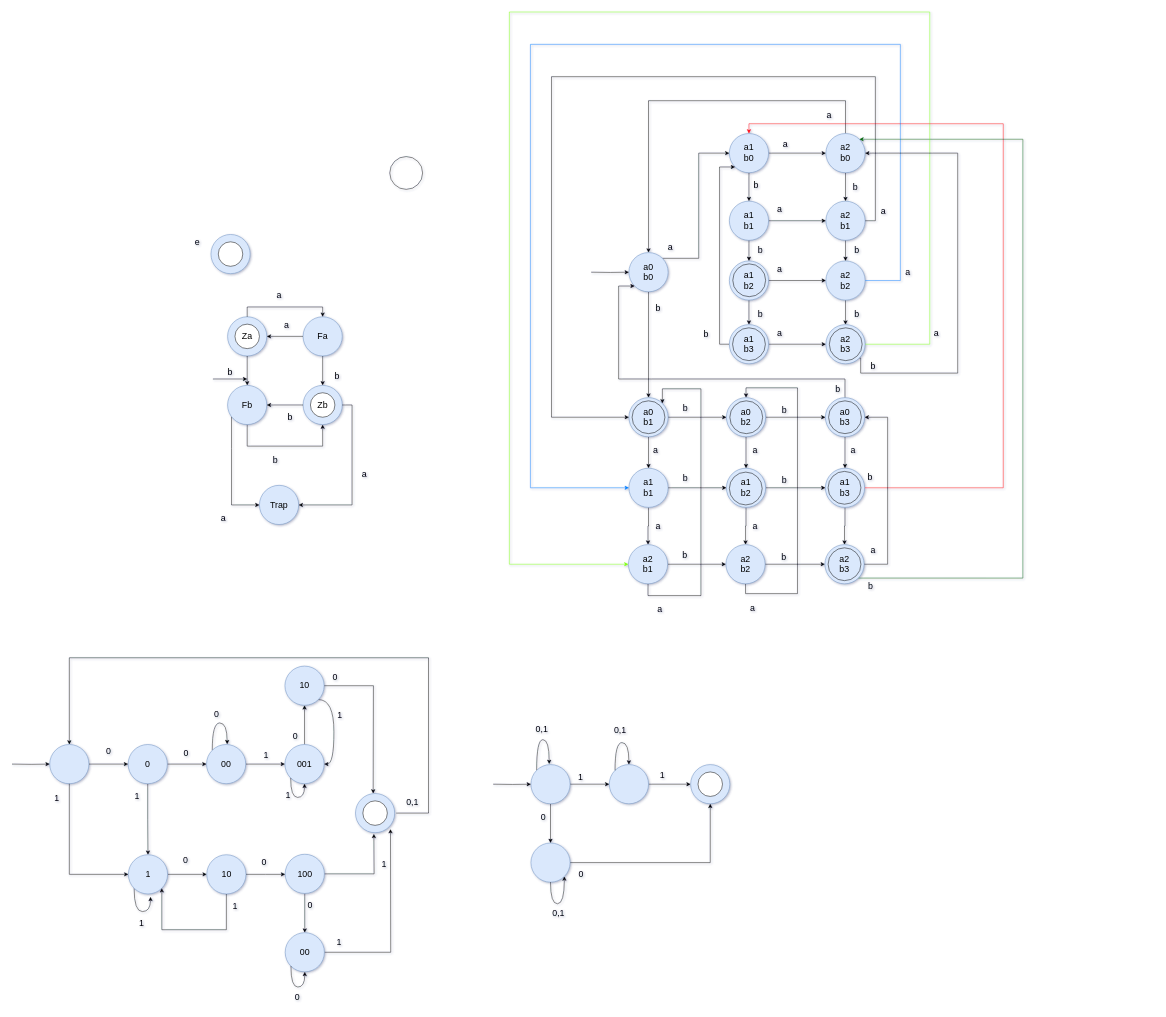
Before: HW2/HW2-P.drawio in mohsenkamini/SBU_FLA, a draw.io diagram. Source tidied: cells renumbered, new cells numbered last; positions are measured from the earlier drawing's top-left corner, leaving out a move shared by most shapes. Both pictures are drawn from the tidied source at 49%, with x=0, y=0 at pixel (12, 12).
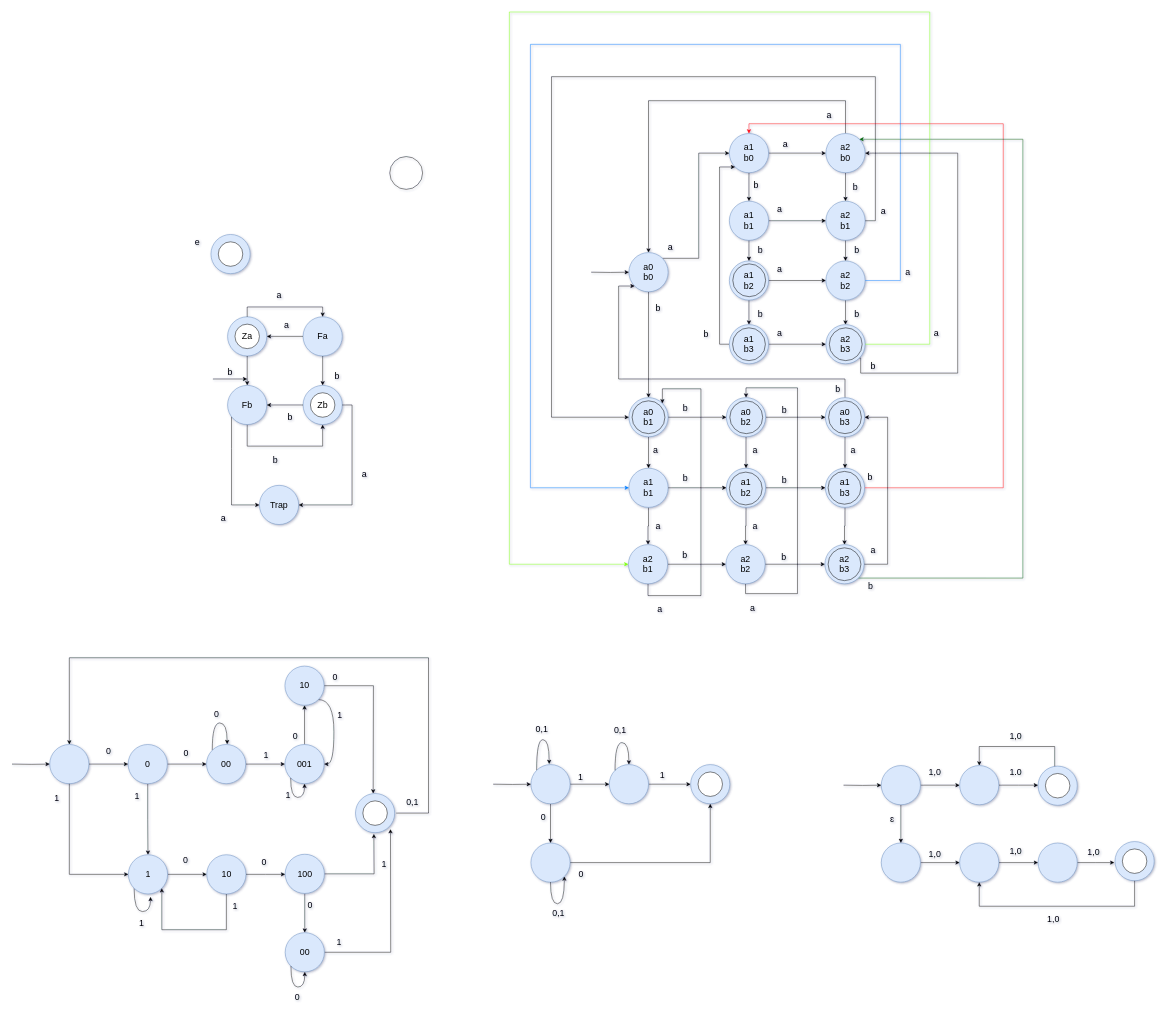
The same diagram, later.

Change to the diagram source:
```diff
@@
+    <mxCell id="204" style="edgeStyle=orthogonalEdgeStyle;rounded=0;jettySize=auto;html=1;fontFamily=Helvetica;fontSize=18;fontColor=default;" parent="1" edge="1" source="206" target="209">
+      <mxGeometry relative="1" as="geometry" />
+    </mxCell>
+    <mxCell id="205" style="edgeStyle=orthogonalEdgeStyle;rounded=0;jettySize=auto;html=1;entryX=0.5;entryY=0;entryDx=0;entryDy=0;fontFamily=Helvetica;fontSize=18;fontColor=default;" parent="1" edge="1" source="206" target="225">
+      <mxGeometry relative="1" as="geometry" />
+    </mxCell>
+    <mxCell id="206" value="&lt;div&gt;&lt;br&gt;&lt;/div&gt;" style="ellipse;whiteSpace=wrap;html=1;hachureGap=4;fillColor=#dae8fc;strokeColor=#6c8ebf;rounded=0;fontSize=18;" parent="1" vertex="1">
+      <mxGeometry x="1774" y="1537.9" width="80" height="80" as="geometry" />
+    </mxCell>
+    <mxCell id="207" style="edgeStyle=orthogonalEdgeStyle;rounded=0;jettySize=auto;html=1;fontSize=18;entryX=0;entryY=0.5;entryDx=0;entryDy=0;" parent="1" edge="1" target="206">
+      <mxGeometry relative="1" as="geometry">
+        <mxPoint x="1697" y="1577.9" as="sourcePoint" />
+      </mxGeometry>
+    </mxCell>
+    <mxCell id="208" style="edgeStyle=orthogonalEdgeStyle;rounded=0;jettySize=auto;html=1;fontFamily=Helvetica;fontSize=18;fontColor=default;" parent="1" edge="1" source="209">
+      <mxGeometry relative="1" as="geometry">
+        <mxPoint x="2094" y="1577.9" as="targetPoint" />
+      </mxGeometry>
+    </mxCell>
+    <mxCell id="209" style="ellipse;whiteSpace=wrap;html=1;fontSize=18;fillColor=#dae8fc;strokeColor=#6c8ebf;hachureGap=4;rounded=0;" parent="1" vertex="1">
+      <mxGeometry x="1934" y="1537.9" width="80" height="80" as="geometry" />
+    </mxCell>
+    <mxCell id="210" style="group;" parent="1" vertex="1">
+      <mxGeometry x="2094" y="1539" width="80" height="80" as="geometry" />
+    </mxCell>
+    <mxCell id="211" style="ellipse;whiteSpace=wrap;html=1;hachureGap=4;fillColor=#dae8fc;strokeColor=#6c8ebf;rounded=0;fontSize=18;" parent="210" vertex="1">
+      <mxGeometry width="80" height="80" as="geometry" />
+    </mxCell>
+    <mxCell id="212" style="ellipse;whiteSpace=wrap;html=1;hachureGap=4;rounded=0;fontSize=18;" parent="210" vertex="1">
+      <mxGeometry x="15" y="15" width="50" height="50" as="geometry" />
+    </mxCell>
+    <mxCell id="213" value="1,0" style="text;html=1;align=center;verticalAlign=middle;strokeColor=none;fillColor=none;fontFamily=Helvetica;fontSize=18;fontColor=default;" parent="1" vertex="1">
+      <mxGeometry x="1861" y="1535" width="43" height="34" as="geometry" />
+    </mxCell>
+    <mxCell id="214" value="1.0" style="text;html=1;align=center;verticalAlign=middle;strokeColor=none;fillColor=none;fontFamily=Helvetica;fontSize=18;fontColor=default;" parent="1" vertex="1">
+      <mxGeometry x="2026" y="1534" width="43" height="34" as="geometry" />
+    </mxCell>
+    <mxCell id="215" style="group;" parent="1" vertex="1">
+      <mxGeometry x="2251" y="1693" width="80" height="80" as="geometry" />
+    </mxCell>
+    <mxCell id="216" style="ellipse;whiteSpace=wrap;html=1;hachureGap=4;fillColor=#dae8fc;strokeColor=#6c8ebf;rounded=0;fontSize=18;" parent="215" vertex="1">
+      <mxGeometry width="80" height="80" as="geometry" />
+    </mxCell>
+    <mxCell id="217" style="ellipse;whiteSpace=wrap;html=1;hachureGap=4;rounded=0;fontSize=18;" parent="215" vertex="1">
+      <mxGeometry x="15" y="15" width="50" height="50" as="geometry" />
+    </mxCell>
+    <mxCell id="218" style="edgeStyle=orthogonalEdgeStyle;rounded=0;jettySize=auto;html=1;fontFamily=Helvetica;fontSize=18;fontColor=default;" parent="1" edge="1" source="219" target="221">
+      <mxGeometry relative="1" as="geometry" />
+    </mxCell>
+    <mxCell id="219" style="ellipse;whiteSpace=wrap;html=1;fontSize=18;fillColor=#dae8fc;strokeColor=#6c8ebf;hachureGap=4;rounded=0;" parent="1" vertex="1">
+      <mxGeometry x="1934" y="1695.9" width="80" height="80" as="geometry" />
+    </mxCell>
+    <mxCell id="220" style="edgeStyle=orthogonalEdgeStyle;rounded=0;jettySize=auto;html=1;fontFamily=Helvetica;fontSize=18;fontColor=default;" parent="1" edge="1" source="221">
+      <mxGeometry relative="1" as="geometry">
+        <mxPoint x="2249.7" y="1735.9" as="targetPoint" />
+      </mxGeometry>
+    </mxCell>
+    <mxCell id="221" style="ellipse;whiteSpace=wrap;html=1;fontSize=18;fillColor=#dae8fc;strokeColor=#6c8ebf;hachureGap=4;rounded=0;" parent="1" vertex="1">
+      <mxGeometry x="2094" y="1695.9" width="80" height="80" as="geometry" />
+    </mxCell>
+    <mxCell id="222" value="1,0" style="text;html=1;align=center;verticalAlign=middle;strokeColor=none;fillColor=none;fontFamily=Helvetica;fontSize=18;fontColor=default;" parent="1" vertex="1">
+      <mxGeometry x="2026" y="1695.9" width="43" height="34" as="geometry" />
+    </mxCell>
+    <mxCell id="223" value="1,0" style="text;html=1;align=center;verticalAlign=middle;strokeColor=none;fillColor=none;fontFamily=Helvetica;fontSize=18;fontColor=default;" parent="1" vertex="1">
+      <mxGeometry x="2185" y="1698" width="43" height="34" as="geometry" />
+    </mxCell>
+    <mxCell id="224" style="edgeStyle=orthogonalEdgeStyle;rounded=0;jettySize=auto;html=1;entryX=0;entryY=0.5;entryDx=0;entryDy=0;fontFamily=Helvetica;fontSize=18;fontColor=default;" parent="1" edge="1" source="225" target="219">
+      <mxGeometry relative="1" as="geometry" />
+    </mxCell>
+    <mxCell id="225" value="&lt;div&gt;&lt;br&gt;&lt;/div&gt;" style="ellipse;whiteSpace=wrap;html=1;hachureGap=4;fillColor=#dae8fc;strokeColor=#6c8ebf;rounded=0;fontSize=18;" parent="1" vertex="1">
+      <mxGeometry x="1774" y="1695.9" width="80" height="80" as="geometry" />
+    </mxCell>
+    <mxCell id="226" value="1,0" style="text;html=1;align=center;verticalAlign=middle;strokeColor=none;fillColor=none;fontFamily=Helvetica;fontSize=18;fontColor=default;" parent="1" vertex="1">
+      <mxGeometry x="1861" y="1702" width="43" height="34" as="geometry" />
+    </mxCell>
+    <mxCell id="227" style="edgeStyle=orthogonalEdgeStyle;rounded=0;jettySize=auto;html=1;entryX=0.5;entryY=0;entryDx=0;entryDy=0;fontFamily=Helvetica;fontSize=18;fontColor=default;" parent="1" edge="1" source="211" target="209">
+      <mxGeometry relative="1" as="geometry">
+        <Array as="points">
+          <mxPoint x="2128" y="1499" />
+          <mxPoint x="1974" y="1499" />
+        </Array>
+      </mxGeometry>
+    </mxCell>
+    <mxCell id="228" value="1,0" style="text;html=1;align=center;verticalAlign=middle;strokeColor=none;fillColor=none;fontFamily=Helvetica;fontSize=18;fontColor=default;" parent="1" vertex="1">
+      <mxGeometry x="2026" y="1461.9" width="43" height="34" as="geometry" />
+    </mxCell>
+    <mxCell id="229" style="edgeStyle=orthogonalEdgeStyle;rounded=0;jettySize=auto;html=1;exitX=0.5;exitY=1;exitDx=0;exitDy=0;entryX=0.5;entryY=1;entryDx=0;entryDy=0;fontFamily=Helvetica;fontSize=18;fontColor=default;" parent="1" edge="1" source="216" target="219">
+      <mxGeometry relative="1" as="geometry">
+        <Array as="points">
+          <mxPoint x="2291" y="1825" />
+          <mxPoint x="1974" y="1825" />
+        </Array>
+      </mxGeometry>
+    </mxCell>
+    <mxCell id="230" value="1,0" style="text;html=1;align=center;verticalAlign=middle;strokeColor=none;fillColor=none;fontFamily=Helvetica;fontSize=18;fontColor=default;" parent="1" vertex="1">
+      <mxGeometry x="2103" y="1834" width="43" height="34" as="geometry" />
+    </mxCell>
+    <mxCell id="231" value="ɛ" style="text;html=1;align=center;verticalAlign=middle;strokeColor=none;fillColor=none;fontFamily=Helvetica;fontSize=18;fontColor=default;" parent="1" vertex="1">
+      <mxGeometry x="1783" y="1631" width="26" height="34" as="geometry" />
+    </mxCell>
```
